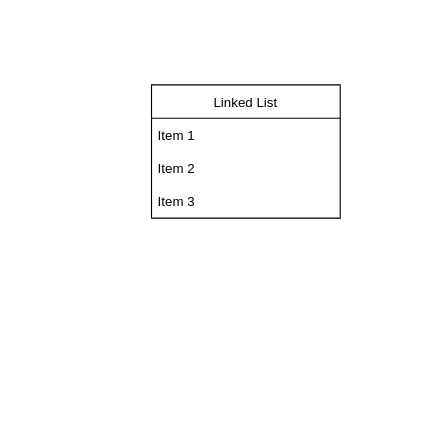
gradeF/Flowchart keeps this draw.io diagram as singlelinkedlist.drawio. Above is the earlier version. Source tidied: cells renumbered, new cells numbered last; positions are measured from the earlier drawing's top-left corner, leaving out a move shared by most shapes. Both pictures are drawn from the tidied source at 111%, with x=0, y=0 at pixel (151, 84).
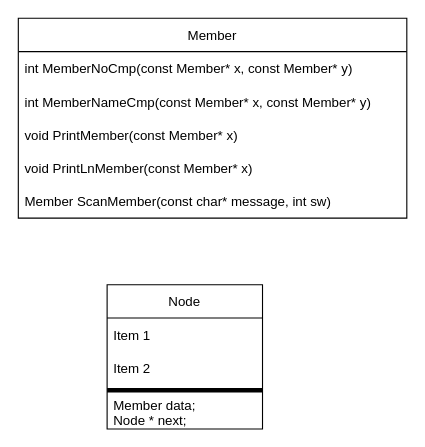
After the change.

Change to the diagram source:
```diff
@@
 <mxGraphModel>
   <root>
     <mxCell id="0" />
     <mxCell id="1" parent="0" />
-    <mxCell id="2" value="Linked List" style="swimlane;fontStyle=0;horizontal=1;startSize=30;" parent="1" vertex="1">
-      <mxGeometry width="170" height="120" as="geometry" />
-    </mxCell>
+    <mxCell id="6" value="Node" style="swimlane;fontStyle=0;horizontal=1;startSize=30;" parent="1" vertex="1">
+      <mxGeometry x="-40" y="180" width="140" height="130" as="geometry" />
+    </mxCell>
-    <mxCell id="3" value="Item 1" style="text;strokeColor=none;fillColor=none;align=left;verticalAlign=middle;spacingLeft=4;spacingRight=4;overflow=hidden;" parent="2" vertex="1">
-      <mxGeometry y="30" width="170" height="30" as="geometry" />
+    <mxCell id="3" value="Item 1" style="text;strokeColor=none;fillColor=none;align=left;verticalAlign=middle;spacingLeft=4;spacingRight=4;overflow=hidden;" parent="6" vertex="1">
+      <mxGeometry y="30" width="140" height="30" as="geometry" />
     </mxCell>
-    <mxCell id="4" value="Item 2" style="text;strokeColor=none;fillColor=none;align=left;verticalAlign=middle;spacingLeft=4;spacingRight=4;overflow=hidden;" parent="2" vertex="1">
-      <mxGeometry y="60" width="170" height="30" as="geometry" />
+    <mxCell id="4" value="Item 2" style="text;strokeColor=none;fillColor=none;align=left;verticalAlign=middle;spacingLeft=4;spacingRight=4;overflow=hidden;" parent="6" vertex="1">
+      <mxGeometry y="60" width="140" height="30" as="geometry" />
     </mxCell>
-    <mxCell id="5" value="Item 3" style="text;strokeColor=none;fillColor=none;align=left;verticalAlign=middle;spacingLeft=4;spacingRight=4;overflow=hidden;" parent="2" vertex="1">
-      <mxGeometry y="90" width="170" height="30" as="geometry" />
-    </mxCell>
+    <mxCell id="7" style="line;strokeWidth=4;html=1;perimeter=backbonePerimeter;" parent="6" vertex="1">
+      <mxGeometry y="90" width="140" height="10" as="geometry" />
+    </mxCell>
+    <mxCell id="8" value="Member data;&#10;Node * next;" style="text;strokeColor=none;fillColor=none;align=left;verticalAlign=middle;spacingLeft=4;spacingRight=4;overflow=hidden;" parent="6" vertex="1">
+      <mxGeometry y="100" width="140" height="30" as="geometry" />
+    </mxCell>
+    <mxCell id="9" value="Member" style="swimlane;fontStyle=0;horizontal=1;startSize=30;" parent="1" vertex="1">
+      <mxGeometry x="-120" y="-60" width="350" height="180" as="geometry" />
+    </mxCell>
+    <mxCell id="10" value="int MemberNoCmp(const Member* x, const Member* y)" style="text;strokeColor=none;fillColor=none;align=left;verticalAlign=middle;spacingLeft=4;spacingRight=4;overflow=hidden;" parent="9" vertex="1">
+      <mxGeometry y="30" width="350" height="30" as="geometry" />
+    </mxCell>
+    <mxCell id="11" value="int MemberNameCmp(const Member* x, const Member* y)" style="text;strokeColor=none;fillColor=none;align=left;verticalAlign=middle;spacingLeft=4;spacingRight=4;overflow=hidden;" parent="9" vertex="1">
+      <mxGeometry y="60" width="350" height="30" as="geometry" />
+    </mxCell>
+    <mxCell id="12" value="void PrintMember(const Member* x)" style="text;strokeColor=none;fillColor=none;align=left;verticalAlign=middle;spacingLeft=4;spacingRight=4;overflow=hidden;" parent="9" vertex="1">
+      <mxGeometry y="90" width="350" height="30" as="geometry" />
+    </mxCell>
+    <mxCell id="13" value="void PrintLnMember(const Member* x)" style="text;strokeColor=none;fillColor=none;align=left;verticalAlign=middle;spacingLeft=4;spacingRight=4;overflow=hidden;" parent="9" vertex="1">
+      <mxGeometry y="120" width="350" height="30" as="geometry" />
+    </mxCell>
+    <mxCell id="14" value="Member ScanMember(const char* message, int sw)" style="text;strokeColor=none;fillColor=none;align=left;verticalAlign=middle;spacingLeft=4;spacingRight=4;overflow=hidden;" parent="9" vertex="1">
+      <mxGeometry y="150" width="350" height="30" as="geometry" />
+    </mxCell>
   </root>
 </mxGraphModel>
```
